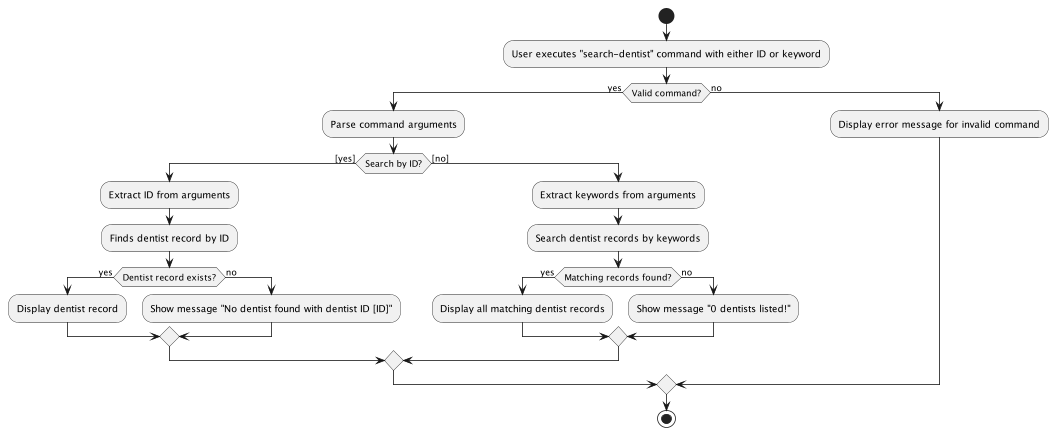
Earlier version of the PlantUML export docs/images/SearchDentistActivityDiagram.png (techjay-c/tp).
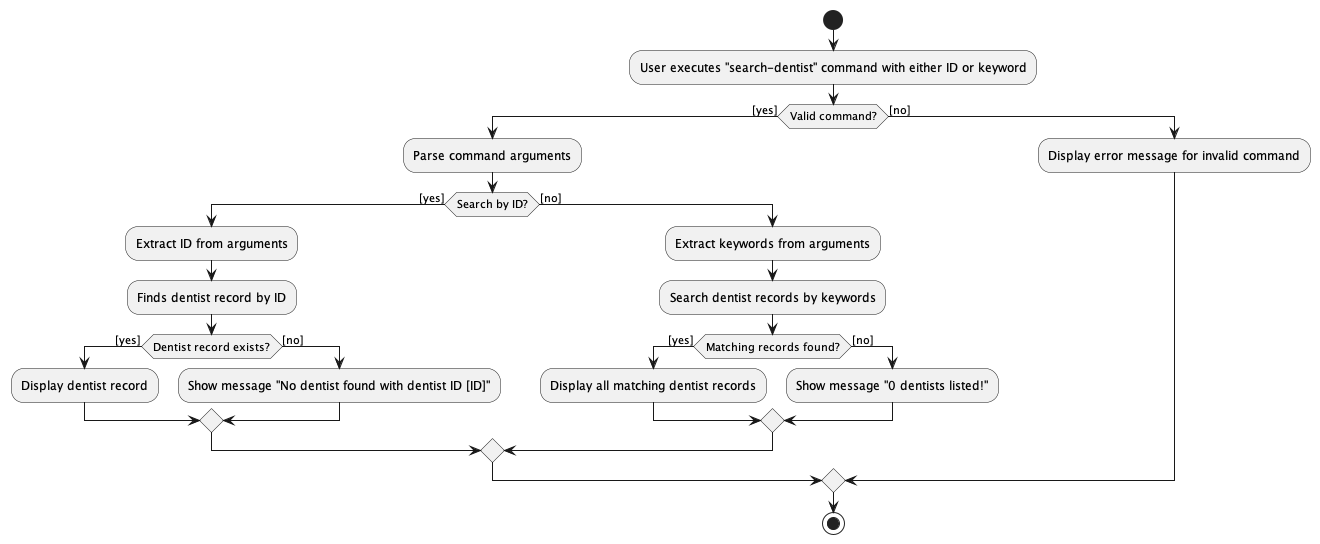
Later version of the same file.

Commit message:
Update search dentist activity diagram formatting issues

Change to the diagram source:
```diff
@@ -3,29 +3,29 @@
 
 :User executes "search-dentist" command with either ID or keyword;
 
-if (Valid command?) then (yes)
+if (Valid command?) then ([yes])
     :Parse command arguments;
 
     if (Search by ID?) then ([yes])
         :Extract ID from arguments;
         :Finds dentist record by ID;
 
-        if (Dentist record exists?) then (yes)
+        if (Dentist record exists?) then ([yes])
             :Display dentist record;
-        else (no)
+        else ([no])
             :Show message "No dentist found with dentist ID [ID]";
         endif
     else ([no])
         :Extract keywords from arguments;
         :Search dentist records by keywords;
 
-        if (Matching records found?) then (yes)
+        if (Matching records found?) then ([yes])
             :Display all matching dentist records;
-        else (no)
+        else ([no])
             :Show message "0 dentists listed!";
         endif
     endif
-else (no)
+else ([no])
     :Display error message for invalid command;
 endif
 
```
